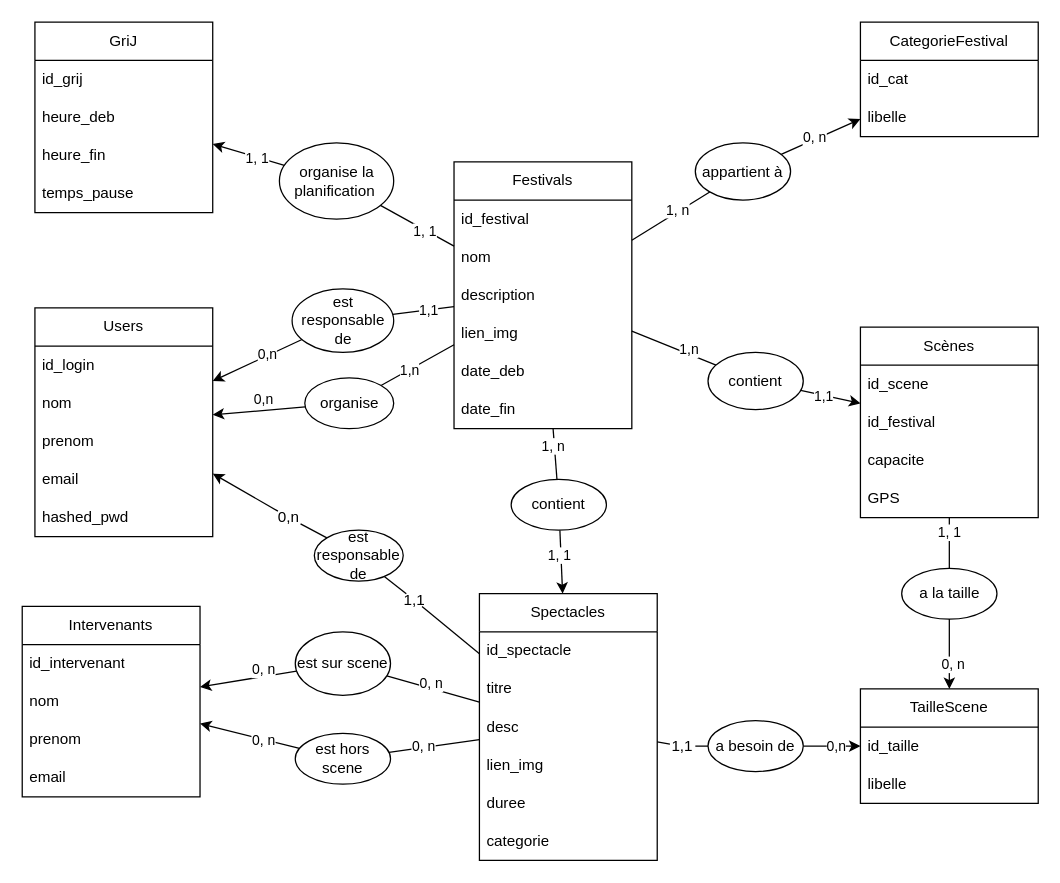
Before: diagrams/bdd.drawio in lbaudroit/G2-Festiplan, a draw.io diagram. Source tidied: cells renumbered, new cells numbered last; positions are measured from the earlier drawing's top-left corner, leaving out a move shared by most shapes. Both pictures are drawn from the tidied source at 127%, with x=0, y=0 at pixel (22, 22).
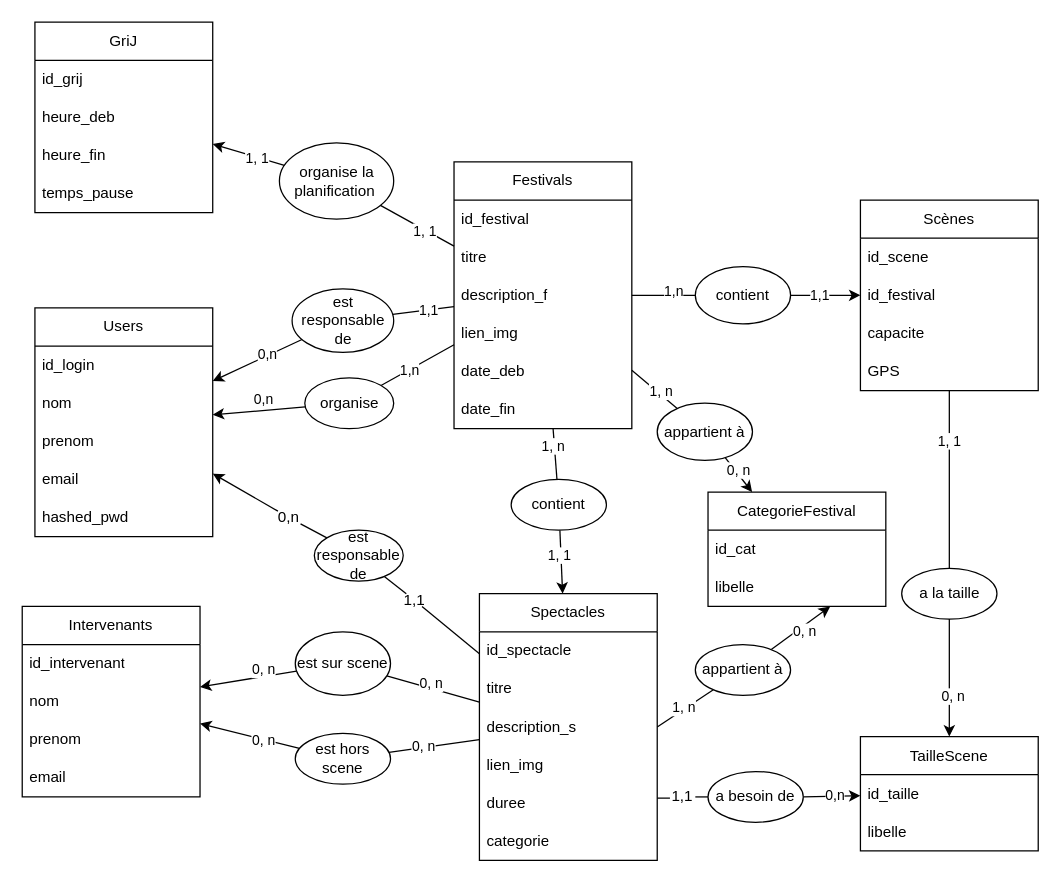
The same diagram, later.

Commit message (it also covers changes not shown here):
Correction diagramme et nouvelle base de données avec données

The change refers to these unchanged cells:
```xml
<mxCell id="8" value="Festivals" style="swimlane;fontStyle=0;horizontal=1;startSize=30;whiteSpace=wrap;html=1;" parent="1" vertex="1">
  <mxGeometry x="340" y="110" width="140" height="210" as="geometry" />
</mxCell>
<mxCell id="17" value="libelle" style="text;strokeColor=none;fillColor=none;align=left;verticalAlign=middle;spacingLeft=4;spacingRight=4;overflow=hidden;points=[[0,0.5],[1,0.5]];portConstraint=eastwest;whiteSpace=wrap;html=1;" parent="15" vertex="1">
  <mxGeometry y="60" width="140" height="30" as="geometry" />
</mxCell>
<mxCell id="79" value="Spectacles" style="swimlane;fontStyle=0;horizontal=1;startSize=30;whiteSpace=wrap;html=1;" parent="1" vertex="1">
  <mxGeometry x="360" y="450" width="140" height="210" as="geometry" />
</mxCell>
<mxCell id="84" value="duree" style="text;strokeColor=none;fillColor=none;align=left;verticalAlign=middle;spacingLeft=4;spacingRight=4;overflow=hidden;points=[[0,0.5],[1,0.5]];portConstraint=eastwest;whiteSpace=wrap;html=1;" parent="79" vertex="1">
  <mxGeometry y="150" width="140" height="30" as="geometry" />
</mxCell>
```

Diff of the diagram source:
```diff
@@
-    <mxCell id="10" value="nom" style="text;strokeColor=none;fillColor=none;align=left;verticalAlign=middle;spacingLeft=4;spacingRight=4;overflow=hidden;whiteSpace=wrap;html=1;" parent="8" vertex="1">
+    <mxCell id="10" value="titre" style="text;strokeColor=none;fillColor=none;align=left;verticalAlign=middle;spacingLeft=4;spacingRight=4;overflow=hidden;whiteSpace=wrap;html=1;" parent="8" vertex="1">
       <mxGeometry y="60" width="140" height="30" as="geometry" />
     </mxCell>
-    <mxCell id="11" value="description" style="text;strokeColor=none;fillColor=none;align=left;verticalAlign=middle;spacingLeft=4;spacingRight=4;overflow=hidden;whiteSpace=wrap;html=1;" parent="8" vertex="1">
+    <mxCell id="11" value="description_f" style="text;strokeColor=none;fillColor=none;align=left;verticalAlign=middle;spacingLeft=4;spacingRight=4;overflow=hidden;whiteSpace=wrap;html=1;" parent="8" vertex="1">
       <mxGeometry y="90" width="140" height="30" as="geometry" />
     </mxCell>
@@
     <mxCell id="15" value="CategorieFestival" style="swimlane;fontStyle=0;horizontal=1;startSize=30;whiteSpace=wrap;html=1;" parent="1" vertex="1">
-      <mxGeometry x="660" width="140" height="90" as="geometry" />
+      <mxGeometry x="540" y="370" width="140" height="90" as="geometry" />
     </mxCell>
@@
     <mxCell id="22" value="Scènes" style="swimlane;fontStyle=0;horizontal=1;startSize=30;whiteSpace=wrap;html=1;" parent="1" vertex="1">
-      <mxGeometry x="660" y="240" width="140" height="150" as="geometry" />
+      <mxGeometry x="660" y="140" width="140" height="150" as="geometry" />
     </mxCell>
@@
     <mxCell id="67" value="contient" style="ellipse;whiteSpace=wrap;html=1;" parent="1" vertex="1">
-      <mxGeometry x="540" y="260" width="75" height="45" as="geometry" />
+      <mxGeometry x="530" y="192.5" width="75" height="45" as="geometry" />
     </mxCell>
@@
     <mxCell id="70" value="appartient à" style="ellipse;whiteSpace=wrap;html=1;" parent="1" vertex="1">
-      <mxGeometry x="530" y="95" width="75" height="45" as="geometry" />
+      <mxGeometry x="500" y="300" width="75" height="45" as="geometry" />
     </mxCell>
@@
     <mxCell id="74" value="TailleScene" style="swimlane;fontStyle=0;horizontal=1;startSize=30;whiteSpace=wrap;html=1;" parent="1" vertex="1">
-      <mxGeometry x="660" y="525" width="140" height="90" as="geometry" />
+      <mxGeometry x="660" y="562.5" width="140" height="90" as="geometry" />
     </mxCell>
@@
-    <mxCell id="82" value="desc" style="text;strokeColor=none;fillColor=none;align=left;verticalAlign=middle;spacingLeft=4;spacingRight=4;overflow=hidden;points=[[0,0.5],[1,0.5]];portConstraint=eastwest;whiteSpace=wrap;html=1;" parent="79" vertex="1">
+    <mxCell id="82" value="description_s" style="text;strokeColor=none;fillColor=none;align=left;verticalAlign=middle;spacingLeft=4;spacingRight=4;overflow=hidden;points=[[0,0.5],[1,0.5]];portConstraint=eastwest;whiteSpace=wrap;html=1;" parent="79" vertex="1">
       <mxGeometry y="90" width="140" height="30" as="geometry" />
     </mxCell>
@@
     <mxCell id="91" value="a besoin de" style="ellipse;whiteSpace=wrap;html=1;" parent="1" vertex="1">
-      <mxGeometry x="540" y="550" width="75" height="40" as="geometry" />
+      <mxGeometry x="540" y="590" width="75" height="40" as="geometry" />
     </mxCell>
@@
     <mxCell id="93" value="1,1" style="text;strokeColor=none;align=center;fillColor=none;html=1;verticalAlign=middle;whiteSpace=wrap;rounded=0;" parent="1" vertex="1">
-      <mxGeometry x="510" y="562.5" width="20" height="15" as="geometry" />
+      <mxGeometry x="510" y="602.5" width="20" height="15" as="geometry" />
     </mxCell>
-    <mxCell id="94" style="edgeStyle=none;html=1;endArrow=none;" parent="1" edge="1" source="79" target="93">
-      <mxGeometry relative="1" as="geometry" />
+    <mxCell id="94" style="edgeStyle=none;html=1;endArrow=none;exitX=1;exitY=0.363;exitDx=0;exitDy=0;exitPerimeter=0;" parent="1" edge="1" source="84">
+      <mxGeometry relative="1" as="geometry">
+        <mxPoint x="510" y="611" as="targetPoint" />
+      </mxGeometry>
     </mxCell>
@@
+    <mxCell id="101" style="edgeStyle=none;html=1;startArrow=none;entryX=0.687;entryY=1.004;entryDx=0;entryDy=0;entryPerimeter=0;" parent="1" edge="1" source="105" target="17">
+      <mxGeometry relative="1" as="geometry" />
+    </mxCell>
+    <mxCell id="102" value="0, n" style="edgeLabel;html=1;align=center;verticalAlign=middle;" parent="101" vertex="1">
+      <mxGeometry x="-0.26" y="1" relative="1" as="geometry">
+        <mxPoint x="9" y="-1" as="offset" />
+      </mxGeometry>
+    </mxCell>
+    <mxCell id="103" style="edgeStyle=none;html=1;exitX=1;exitY=0.5;exitDx=0;exitDy=0;endArrow=none;" parent="1" edge="1" source="82" target="105">
+      <mxGeometry relative="1" as="geometry" />
+    </mxCell>
+    <mxCell id="104" value="1, n" style="edgeLabel;html=1;align=center;verticalAlign=middle;" parent="103" vertex="1">
+      <mxGeometry x="-0.49" y="1" relative="1" as="geometry">
+        <mxPoint x="9" y="-7" as="offset" />
+      </mxGeometry>
+    </mxCell>
+    <mxCell id="105" value="appartient à" style="ellipse;whiteSpace=wrap;html=1;" parent="1" vertex="1">
+      <mxGeometry x="530" y="490" width="75" height="40" as="geometry" />
+    </mxCell>
```
